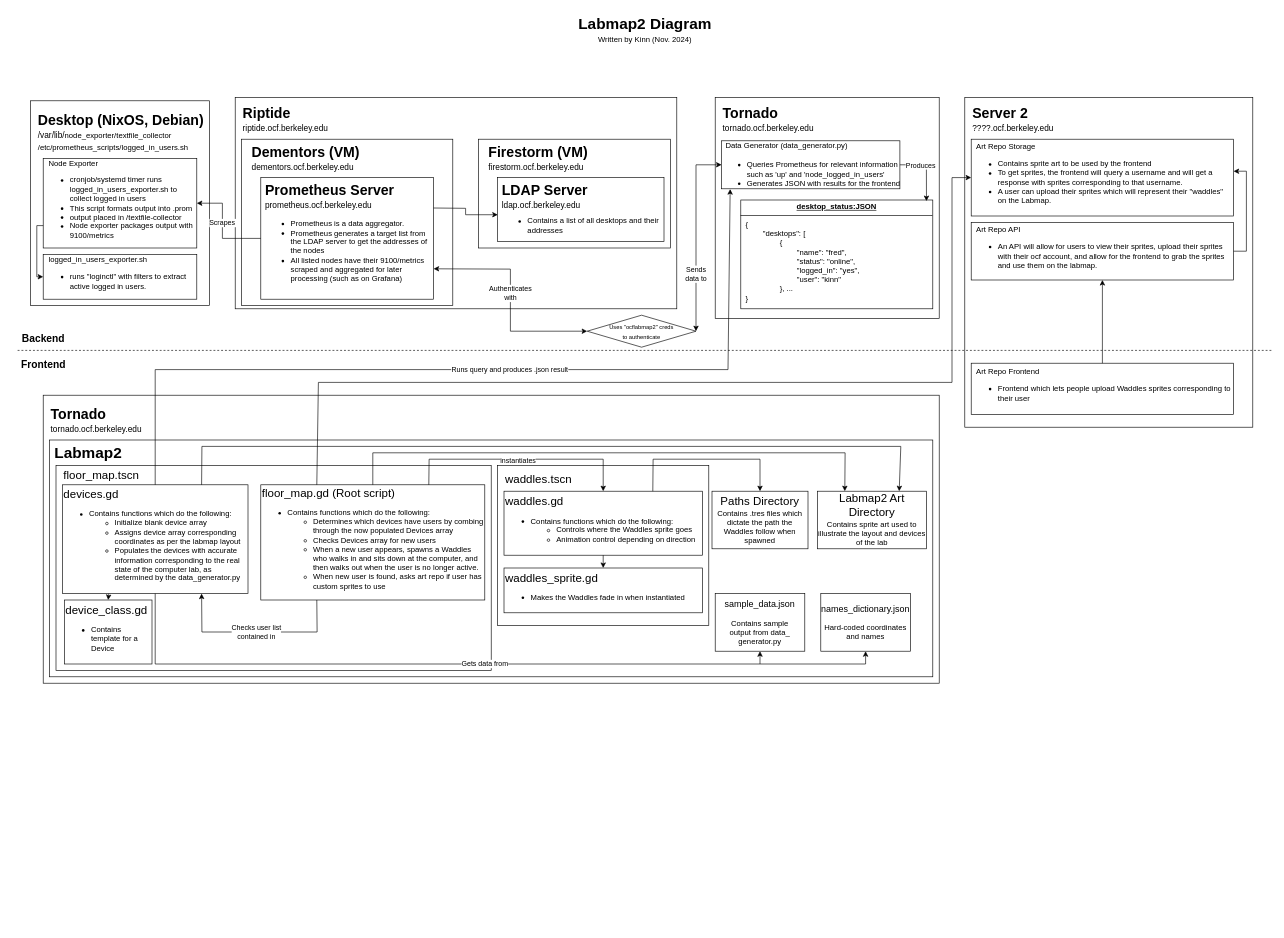
Above: labmap2_diagram.drawio in ocf/labmap2 (draw.io), before the change. Source tidied: cells renumbered, new cells numbered last; positions are measured from the earlier drawing's top-left corner, leaving out a move shared by most shapes. Both pictures are drawn from the tidied source at 64%, with x=0, y=0 at pixel (11, 11).
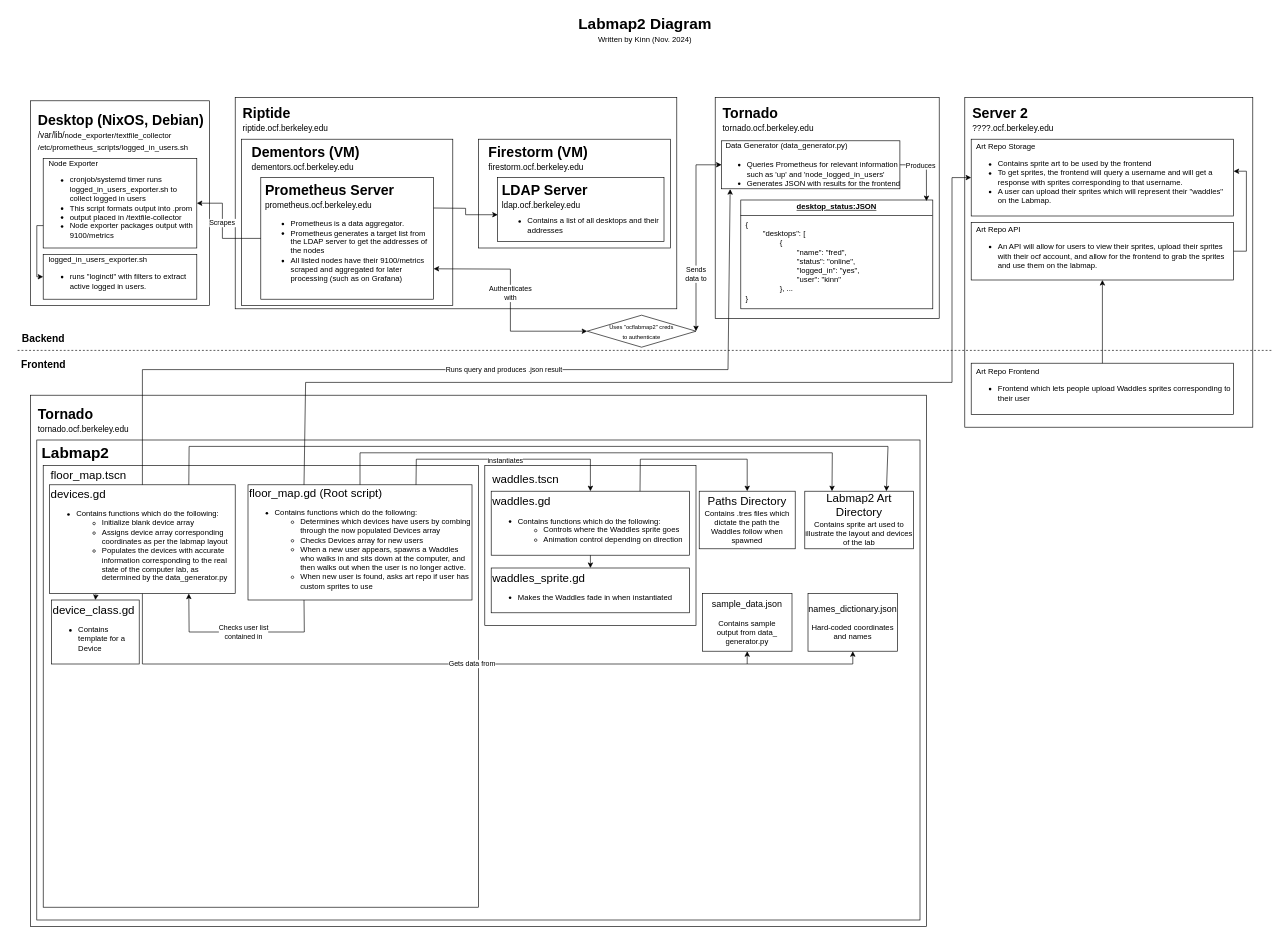
After the change.

Unchanged cells that the change refers to:
```xml
<mxCell id="26" value="&lt;div style=&quot;font-size: 24px; font-weight: 700; text-align: left; text-wrap: nowrap;&quot;&gt;&lt;span style=&quot;font-size: 12px; font-weight: 400;&quot;&gt;&amp;nbsp; Data Generator (data_generator.py)&lt;/span&gt;&lt;/div&gt;&lt;ul style=&quot;font-weight: 700; text-align: left; text-wrap: nowrap;&quot;&gt;&lt;li&gt;&lt;span style=&quot;font-weight: 400;&quot;&gt;Queries Prometheus for relevant information&lt;br&gt;such as 'up' and 'node_logged_in_users'&lt;/span&gt;&lt;/li&gt;&lt;li&gt;&lt;span style=&quot;font-weight: 400;&quot;&gt;Generates JSON with results for the frontend&lt;/span&gt;&lt;/li&gt;&lt;/ul&gt;" style="rounded=0;whiteSpace=wrap;html=1;" parent="1" vertex="1">
  <mxGeometry x="1110" y="202.5" width="278.6" height="75" as="geometry" />
</mxCell>
<mxCell id="41" value="&amp;nbsp; Art Repo Storage&lt;div&gt;&lt;ul&gt;&lt;li&gt;Contains sprite art to be used by the frontend&lt;/li&gt;&lt;li&gt;To get sprites, the frontend will query a username and will get a&lt;br&gt;response with sprites corresponding to that username.&lt;/li&gt;&lt;li&gt;A user can upload their sprites which will represent their &quot;waddles&quot;&lt;br&gt;on the Labmap.&lt;/li&gt;&lt;/ul&gt;&lt;/div&gt;" style="rounded=0;whiteSpace=wrap;html=1;align=left;" parent="1" vertex="1">
  <mxGeometry x="1500" y="200" width="410" height="120" as="geometry" />
</mxCell>
```

Diff of the diagram source:
```diff
@@
     <mxCell id="44" style="rounded=0;whiteSpace=wrap;html=1;" parent="1" vertex="1">
-      <mxGeometry x="50" y="600" width="1400" height="450" as="geometry" />
+      <mxGeometry x="30" y="600" width="1400" height="830" as="geometry" />
     </mxCell>
     <mxCell id="45" value="&lt;span style=&quot;font-size: 22px;&quot;&gt;Tornado&lt;/span&gt;" style="text;strokeColor=none;fillColor=none;html=1;fontSize=24;fontStyle=1;verticalAlign=middle;align=left;" parent="1" vertex="1">
-      <mxGeometry x="60" y="610" width="260" height="40" as="geometry" />
+      <mxGeometry x="40" y="610" width="260" height="40" as="geometry" />
     </mxCell>
     <mxCell id="46" value="&lt;span style=&quot;font-size: 13px; font-weight: 400;&quot;&gt;tornado.ocf.berkeley.edu&lt;/span&gt;" style="text;strokeColor=none;fillColor=none;html=1;fontSize=24;fontStyle=1;verticalAlign=middle;align=left;" parent="1" vertex="1">
-      <mxGeometry x="60" y="640" width="260" height="20" as="geometry" />
+      <mxGeometry x="40" y="640" width="260" height="20" as="geometry" />
     </mxCell>
     <mxCell id="47" style="rounded=0;whiteSpace=wrap;html=1;align=left;" parent="1" vertex="1">
-      <mxGeometry x="60" y="670" width="1380" height="370" as="geometry" />
+      <mxGeometry x="40" y="670" width="1380" height="750" as="geometry" />
     </mxCell>
@@
     <mxCell id="57" value="Labmap2" style="text;strokeColor=none;fillColor=none;html=1;fontSize=24;fontStyle=1;verticalAlign=middle;align=center;" parent="1" vertex="1">
-      <mxGeometry x="70" y="670" width="100" height="40" as="geometry" />
+      <mxGeometry x="50" y="670" width="100" height="40" as="geometry" />
     </mxCell>
     <mxCell id="58" style="rounded=0;whiteSpace=wrap;html=1;" parent="1" vertex="1">
-      <mxGeometry x="70" y="710" width="680" height="320" as="geometry" />
+      <mxGeometry x="50" y="710" width="680" height="690" as="geometry" />
     </mxCell>
     <mxCell id="59" value="&lt;font style=&quot;font-size: 18px;&quot;&gt;devices.gd&lt;/font&gt;&lt;div&gt;&lt;ul&gt;&lt;li&gt;&lt;font style=&quot;font-size: 12px;&quot;&gt;Contains functions which do the following:&lt;/font&gt;&lt;/li&gt;&lt;ul&gt;&lt;li&gt;Initialize blank device array&lt;/li&gt;&lt;li&gt;Assigns device array corresponding coordinates as per the labmap layout&lt;/li&gt;&lt;li&gt;Populates the devices with accurate information corresponding to the real state of the computer lab, as determined by the data_generator.py&lt;/li&gt;&lt;/ul&gt;&lt;/ul&gt;&lt;/div&gt;" style="rounded=0;whiteSpace=wrap;html=1;align=left;" parent="1" vertex="1">
-      <mxGeometry x="80" y="740" width="290" height="170" as="geometry" />
+      <mxGeometry x="60" y="740" width="290" height="170" as="geometry" />
     </mxCell>
     <mxCell id="60" value="&lt;font style=&quot;font-size: 14px;&quot;&gt;names_dictionary.json&lt;/font&gt;&lt;div&gt;&lt;span style=&quot;text-align: left; background-color: initial;&quot;&gt;&lt;br&gt;&lt;/span&gt;&lt;/div&gt;&lt;div&gt;&lt;span style=&quot;text-align: left; background-color: initial;&quot;&gt;Hard-coded coordinates and names&lt;/span&gt;&lt;/div&gt;" style="rounded=0;whiteSpace=wrap;html=1;" parent="1" vertex="1">
-      <mxGeometry x="1265" y="910" width="140" height="90" as="geometry" />
+      <mxGeometry x="1245" y="910" width="140" height="90" as="geometry" />
     </mxCell>
     <mxCell id="61" value="&lt;font style=&quot;font-size: 14px;&quot;&gt;sample_data.json&lt;/font&gt;&lt;div&gt;&lt;br&gt;&lt;/div&gt;&lt;div&gt;&lt;font style=&quot;font-size: 12px;&quot;&gt;Contains sample&lt;/font&gt;&lt;/div&gt;&lt;div&gt;&lt;font style=&quot;font-size: 12px;&quot;&gt;output from data_&lt;/font&gt;&lt;/div&gt;&lt;div&gt;&lt;font style=&quot;font-size: 12px;&quot;&gt;generator.py&lt;/font&gt;&lt;/div&gt;" style="rounded=0;whiteSpace=wrap;html=1;" parent="1" vertex="1">
-      <mxGeometry x="1100" y="910" width="140" height="90" as="geometry" />
+      <mxGeometry x="1080" y="910" width="140" height="90" as="geometry" />
     </mxCell>
     <mxCell id="62" value="&lt;font style=&quot;font-size: 18px;&quot;&gt;floor_map.gd (Root script)&lt;/font&gt;&lt;div&gt;&lt;ul&gt;&lt;li&gt;&lt;font style=&quot;font-size: 12px;&quot;&gt;Contains functions which do the following:&lt;/font&gt;&lt;/li&gt;&lt;ul&gt;&lt;li&gt;Determines which devices have users by combing through the now populated Devices array&lt;/li&gt;&lt;li&gt;Checks Devices array for new users&lt;/li&gt;&lt;li&gt;When a new user appears, spawns a Waddles who walks in and sits down at the computer, and then walks out when the user is no longer active.&lt;/li&gt;&lt;li&gt;&lt;span style=&quot;background-color: initial;&quot;&gt;When new user is found, asks art repo if user has custom sprites to use&lt;/span&gt;&lt;br&gt;&lt;/li&gt;&lt;/ul&gt;&lt;/ul&gt;&lt;/div&gt;" style="rounded=0;whiteSpace=wrap;html=1;align=left;" parent="1" vertex="1">
-      <mxGeometry x="390" y="740" width="350" height="180" as="geometry" />
+      <mxGeometry x="370" y="740" width="350" height="180" as="geometry" />
     </mxCell>
     <mxCell id="63" value="&lt;font style=&quot;font-size: 18px;&quot;&gt;Labmap2 Art Directory&lt;/font&gt;&lt;div&gt;&lt;font style=&quot;font-size: 12px;&quot;&gt;Contains sprite art used to illustrate the layout and devices of the lab&lt;/font&gt;&lt;/div&gt;" style="rounded=0;whiteSpace=wrap;html=1;" parent="1" vertex="1">
-      <mxGeometry x="1260" y="750" width="170" height="90" as="geometry" />
+      <mxGeometry x="1240" y="750" width="170" height="90" as="geometry" />
     </mxCell>
     <mxCell id="64" value="&lt;span style=&quot;font-weight: normal;&quot;&gt;&lt;font style=&quot;font-size: 18px;&quot;&gt;floor_map.tscn&lt;/font&gt;&lt;/span&gt;" style="text;strokeColor=none;fillColor=none;html=1;fontSize=24;fontStyle=1;verticalAlign=middle;align=left;" parent="1" vertex="1">
-      <mxGeometry x="80" y="703" width="100" height="40" as="geometry" />
+      <mxGeometry x="60" y="703" width="100" height="40" as="geometry" />
     </mxCell>
     <mxCell id="65" style="endArrow=classic;html=1;rounded=0;exitX=0.75;exitY=0;exitDx=0;exitDy=0;entryX=0.75;entryY=0;entryDx=0;entryDy=0;" parent="1" edge="1" source="59" target="63">
       <mxGeometry relative="1" as="geometry">
         <Array as="points">
-          <mxPoint x="298" y="680" />
-          <mxPoint x="1390" y="680" />
+          <mxPoint x="278" y="680" />
+          <mxPoint x="1370" y="680" />
         </Array>
       </mxGeometry>
     </mxCell>
     <mxCell id="66" style="endArrow=classic;html=1;rounded=0;entryX=0.25;entryY=0;entryDx=0;entryDy=0;exitX=0.5;exitY=0;exitDx=0;exitDy=0;" parent="1" edge="1" source="62" target="63">
       <mxGeometry relative="1" as="geometry">
         <Array as="points">
-          <mxPoint x="565" y="690" />
-          <mxPoint x="1303" y="690" />
+          <mxPoint x="545" y="690" />
+          <mxPoint x="1283" y="690" />
         </Array>
       </mxGeometry>
     </mxCell>
     <mxCell id="67" style="endArrow=classic;html=1;rounded=0;entryX=0.048;entryY=1.007;entryDx=0;entryDy=0;exitX=0.5;exitY=0;exitDx=0;exitDy=0;entryPerimeter=0;" parent="1" edge="1" source="59" target="26">
       <mxGeometry relative="1" as="geometry">
         <Array as="points">
-          <mxPoint x="225" y="560" />
+          <mxPoint x="205" y="560" />
           <mxPoint x="1120" y="560" />
         </Array>
       </mxGeometry>
     </mxCell>
@@
     <mxCell id="71" style="endArrow=classic;html=1;rounded=0;entryX=0.75;entryY=1;entryDx=0;entryDy=0;exitX=0.25;exitY=1;exitDx=0;exitDy=0;" parent="1" edge="1" source="62" target="59">
       <mxGeometry relative="1" as="geometry">
         <Array as="points">
-          <mxPoint x="478" y="970" />
-          <mxPoint x="298" y="970" />
+          <mxPoint x="458" y="970" />
+          <mxPoint x="278" y="970" />
         </Array>
       </mxGeometry>
     </mxCell>
@@
     <mxCell id="73" style="endArrow=classic;html=1;rounded=0;exitX=0.25;exitY=0;exitDx=0;exitDy=0;entryX=0;entryY=0.5;entryDx=0;entryDy=0;" parent="1" edge="1" source="62" target="41">
       <mxGeometry relative="1" as="geometry">
         <Array as="points">
-          <mxPoint x="480" y="580" />
+          <mxPoint x="460" y="580" />
           <mxPoint x="1470" y="580" />
           <mxPoint x="1470" y="260" />
         </Array>
       </mxGeometry>
     </mxCell>
     <mxCell id="74" value="&lt;font style=&quot;font-size: 18px;&quot;&gt;device_class.gd&lt;/font&gt;&lt;div&gt;&lt;ul&gt;&lt;li&gt;Contains template for a Device&lt;/li&gt;&lt;/ul&gt;&lt;/div&gt;" style="rounded=0;whiteSpace=wrap;html=1;align=left;" parent="1" vertex="1">
-      <mxGeometry x="83" y="920" width="137" height="100" as="geometry" />
+      <mxGeometry x="63" y="920" width="137" height="100" as="geometry" />
     </mxCell>
@@
     <mxCell id="76" style="rounded=0;whiteSpace=wrap;html=1;" parent="1" vertex="1">
-      <mxGeometry x="760" y="710" width="330" height="250" as="geometry" />
+      <mxGeometry x="740" y="710" width="330" height="250" as="geometry" />
     </mxCell>
     <mxCell id="77" value="&lt;font style=&quot;font-size: 18px;&quot;&gt;waddles.gd&lt;/font&gt;&lt;div&gt;&lt;ul&gt;&lt;li&gt;&lt;font style=&quot;font-size: 12px;&quot;&gt;Contains functions which do the following:&lt;/font&gt;&lt;/li&gt;&lt;ul&gt;&lt;li&gt;Controls where the Waddles sprite goes&lt;/li&gt;&lt;li&gt;Animation control depending on direction&lt;/li&gt;&lt;/ul&gt;&lt;/ul&gt;&lt;/div&gt;" style="rounded=0;whiteSpace=wrap;html=1;align=left;" parent="1" vertex="1">
-      <mxGeometry x="770" y="750" width="310" height="100" as="geometry" />
+      <mxGeometry x="750" y="750" width="310" height="100" as="geometry" />
     </mxCell>
@@
     <mxCell id="79" value="&lt;font style=&quot;font-size: 18px;&quot;&gt;waddles_sprite.gd&lt;/font&gt;&lt;div&gt;&lt;ul&gt;&lt;li&gt;Makes the Waddles fade in when instantiated&lt;/li&gt;&lt;/ul&gt;&lt;/div&gt;" style="rounded=0;whiteSpace=wrap;html=1;align=left;" parent="1" vertex="1">
-      <mxGeometry x="770" y="870" width="310" height="70" as="geometry" />
+      <mxGeometry x="750" y="870" width="310" height="70" as="geometry" />
     </mxCell>
     <mxCell id="80" value="&lt;font style=&quot;font-size: 18px;&quot;&gt;Paths Directory&lt;/font&gt;&lt;div&gt;&lt;font style=&quot;font-size: 12px;&quot;&gt;Contains .tres files which dictate the path the Waddles follow when spawned&lt;/font&gt;&lt;/div&gt;" style="rounded=0;whiteSpace=wrap;html=1;" parent="1" vertex="1">
-      <mxGeometry x="1095" y="750" width="150" height="90" as="geometry" />
+      <mxGeometry x="1075" y="750" width="150" height="90" as="geometry" />
     </mxCell>
     <mxCell id="81" style="endArrow=classic;html=1;rounded=0;entryX=0.5;entryY=0;entryDx=0;entryDy=0;exitX=0.75;exitY=0;exitDx=0;exitDy=0;" parent="1" edge="1" source="77" target="80">
       <mxGeometry relative="1" as="geometry">
         <Array as="points">
-          <mxPoint x="1003" y="700" />
-          <mxPoint x="1170" y="700" />
+          <mxPoint x="983" y="700" />
+          <mxPoint x="1150" y="700" />
         </Array>
       </mxGeometry>
     </mxCell>
     <mxCell id="82" style="endArrow=classic;html=1;rounded=0;exitX=0.75;exitY=0;exitDx=0;exitDy=0;entryX=0.5;entryY=0;entryDx=0;entryDy=0;" parent="1" edge="1" source="62" target="77">
       <mxGeometry relative="1" as="geometry">
         <Array as="points">
-          <mxPoint x="653" y="700" />
-          <mxPoint x="925" y="700" />
+          <mxPoint x="633" y="700" />
+          <mxPoint x="905" y="700" />
         </Array>
       </mxGeometry>
     </mxCell>
@@
     <mxCell id="85" style="endArrow=classic;html=1;rounded=0;exitX=0.5;exitY=1;exitDx=0;exitDy=0;entryX=0.5;entryY=1;entryDx=0;entryDy=0;" parent="1" edge="1" source="59" target="61">
       <mxGeometry relative="1" as="geometry">
         <Array as="points">
-          <mxPoint x="225" y="1020" />
-          <mxPoint x="1170" y="1020" />
+          <mxPoint x="205" y="1020" />
+          <mxPoint x="1150" y="1020" />
         </Array>
       </mxGeometry>
     </mxCell>
@@
     <mxCell id="87" style="endArrow=classic;html=1;rounded=0;entryX=0.5;entryY=1;entryDx=0;entryDy=0;" parent="1" edge="1" target="60">
       <mxGeometry relative="1" as="geometry">
-        <mxPoint x="1170" y="1020" as="sourcePoint" />
+        <mxPoint x="1150" y="1020" as="sourcePoint" />
         <Array as="points">
-          <mxPoint x="1335" y="1020" />
+          <mxPoint x="1315" y="1020" />
         </Array>
       </mxGeometry>
     </mxCell>
     <mxCell id="88" value="&lt;span style=&quot;font-weight: normal;&quot;&gt;&lt;font style=&quot;font-size: 18px;&quot;&gt;waddles.tscn&lt;/font&gt;&lt;/span&gt;" style="text;strokeColor=none;fillColor=none;html=1;fontSize=24;fontStyle=1;verticalAlign=middle;align=left;" parent="1" vertex="1">
-      <mxGeometry x="770" y="710" width="100" height="40" as="geometry" />
+      <mxGeometry x="750" y="710" width="100" height="40" as="geometry" />
     </mxCell>
+    <mxCell id="89" style="edgeStyle=orthogonalEdgeStyle;rounded=0;orthogonalLoop=1;jettySize=auto;html=1;exitX=0.5;exitY=1;exitDx=0;exitDy=0;" parent="1" edge="1" source="58" target="58">
+      <mxGeometry relative="1" as="geometry" />
+    </mxCell>
```
